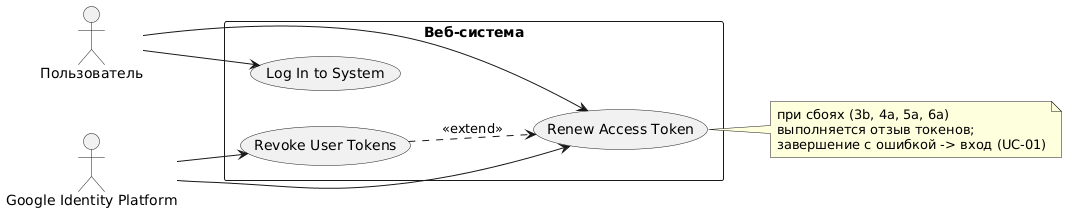
Earlier version of the PlantUML export 01_Requirements_Docs/01_Use_Case/Диаграмма UC-03.png (Gustafor/System-Business-Analyst-).
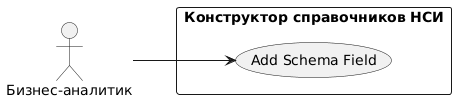
After the change.

What changed in the source:
```diff
@@ -1,21 +1,11 @@
 @startuml
 left to right direction
 
-actor Пользователь as User
-actor "Google Identity Platform" as Google
+actor "Бизнес-аналитик" as BA
 
-rectangle "Веб-система" {
-  usecase "Renew Access Token" as UC3
-  usecase "Revoke User Tokens" as UC5
-  usecase "Log In to System" as UC1
+rectangle "Конструктор справочников НСИ" {
+  usecase "Add Schema Field" as UC3
 }
 
-User --> UC3
-Google --> UC3
-Google --> UC5
-User --> UC1
-
-UC5 ..> UC3 : <<extend>>
-
-note right of UC3 : при сбоях (3b, 4a, 5a, 6a)\nвыполняется отзыв токенов;\nзавершение с ошибкой -> вход (UC-01)
+BA --> UC3
 @enduml
```
